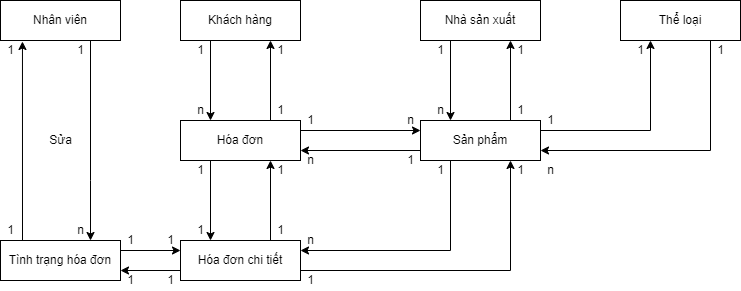
This is Untitled Diagram.drawio.png from lokissdo/H-N-shoes, a draw.io export, as it was before one commit. Source tidied: cells renumbered, new cells last; positions are measured from the earlier drawing's top-left corner, leaving out a move shared by most shapes. Its diagram source:
```xml
<mxGraphModel>
  <root>
    <mxCell id="0" />
    <mxCell id="1" parent="0" />
    <mxCell id="2" value="Nhân viên" style="rounded=0;whiteSpace=wrap;html=1;" parent="1" vertex="1">
      <mxGeometry width="120" height="40" as="geometry" />
    </mxCell>
    <mxCell id="3" value="Khách hàng" style="rounded=0;whiteSpace=wrap;html=1;" parent="1" vertex="1">
      <mxGeometry x="180" width="120" height="40" as="geometry" />
    </mxCell>
    <mxCell id="4" value="Nhà sản xuất" style="rounded=0;whiteSpace=wrap;html=1;" parent="1" vertex="1">
      <mxGeometry x="420" width="120" height="40" as="geometry" />
    </mxCell>
    <mxCell id="5" value="Sản phẩm" style="rounded=0;whiteSpace=wrap;html=1;" parent="1" vertex="1">
      <mxGeometry x="420" y="120" width="120" height="40" as="geometry" />
    </mxCell>
    <mxCell id="6" value="Hóa đơn" style="rounded=0;whiteSpace=wrap;html=1;" parent="1" vertex="1">
      <mxGeometry x="180" y="120" width="120" height="40" as="geometry" />
    </mxCell>
    <mxCell id="7" style="endArrow=classic;html=1;rounded=0;exitX=0.25;exitY=1;exitDx=0;exitDy=0;entryX=0.25;entryY=0;entryDx=0;entryDy=0;" parent="1" edge="1" source="4" target="5">
      <mxGeometry relative="1" as="geometry" />
    </mxCell>
    <mxCell id="8" style="endArrow=classic;html=1;rounded=0;entryX=0.75;entryY=1;entryDx=0;entryDy=0;exitX=0.75;exitY=0;exitDx=0;exitDy=0;" parent="1" edge="1" source="5" target="4">
      <mxGeometry relative="1" as="geometry" />
    </mxCell>
    <mxCell id="9" value="1" style="text;html=1;align=center;verticalAlign=middle;strokeColor=none;fillColor=none;" parent="1" vertex="1">
      <mxGeometry x="430" y="40" width="20" height="20" as="geometry" />
    </mxCell>
    <mxCell id="10" value="n" style="text;html=1;align=center;verticalAlign=middle;strokeColor=none;fillColor=none;" parent="1" vertex="1">
      <mxGeometry x="430" y="100" width="20" height="20" as="geometry" />
    </mxCell>
    <mxCell id="11" value="1" style="text;html=1;align=center;verticalAlign=middle;strokeColor=none;fillColor=none;" parent="1" vertex="1">
      <mxGeometry x="510" y="40" width="20" height="20" as="geometry" />
    </mxCell>
    <mxCell id="12" value="1" style="text;html=1;align=center;verticalAlign=middle;strokeColor=none;fillColor=none;" parent="1" vertex="1">
      <mxGeometry x="510" y="100" width="20" height="20" as="geometry" />
    </mxCell>
    <mxCell id="13" style="endArrow=classic;html=1;rounded=0;exitX=0.25;exitY=1;exitDx=0;exitDy=0;entryX=0.25;entryY=0;entryDx=0;entryDy=0;" parent="1" edge="1" source="3" target="6">
      <mxGeometry relative="1" as="geometry" />
    </mxCell>
    <mxCell id="14" style="endArrow=classic;html=1;rounded=0;entryX=0.75;entryY=1;entryDx=0;entryDy=0;exitX=0.75;exitY=0;exitDx=0;exitDy=0;" parent="1" edge="1" source="6" target="3">
      <mxGeometry relative="1" as="geometry" />
    </mxCell>
    <mxCell id="15" value="1" style="text;html=1;align=center;verticalAlign=middle;strokeColor=none;fillColor=none;" parent="1" vertex="1">
      <mxGeometry x="190" y="40" width="20" height="20" as="geometry" />
    </mxCell>
    <mxCell id="16" value="n" style="text;html=1;align=center;verticalAlign=middle;strokeColor=none;fillColor=none;" parent="1" vertex="1">
      <mxGeometry x="190" y="100" width="20" height="20" as="geometry" />
    </mxCell>
    <mxCell id="17" value="1" style="text;html=1;align=center;verticalAlign=middle;strokeColor=none;fillColor=none;" parent="1" vertex="1">
      <mxGeometry x="270" y="100" width="20" height="20" as="geometry" />
    </mxCell>
    <mxCell id="18" value="1" style="text;html=1;align=center;verticalAlign=middle;strokeColor=none;fillColor=none;" parent="1" vertex="1">
      <mxGeometry x="270" y="40" width="20" height="20" as="geometry" />
    </mxCell>
    <mxCell id="19" style="endArrow=classic;html=1;rounded=0;entryX=0;entryY=0.25;entryDx=0;entryDy=0;exitX=1;exitY=0.25;exitDx=0;exitDy=0;" parent="1" edge="1" source="6" target="5">
      <mxGeometry relative="1" as="geometry" />
    </mxCell>
    <mxCell id="20" style="endArrow=classic;html=1;rounded=0;entryX=1;entryY=0.75;entryDx=0;entryDy=0;exitX=0;exitY=0.75;exitDx=0;exitDy=0;" parent="1" edge="1" source="5" target="6">
      <mxGeometry relative="1" as="geometry" />
    </mxCell>
    <mxCell id="21" value="1" style="text;html=1;align=center;verticalAlign=middle;strokeColor=none;fillColor=none;" parent="1" vertex="1">
      <mxGeometry x="300" y="110" width="20" height="20" as="geometry" />
    </mxCell>
    <mxCell id="22" value="n" style="text;html=1;align=center;verticalAlign=middle;strokeColor=none;fillColor=none;" parent="1" vertex="1">
      <mxGeometry x="400" y="110" width="20" height="20" as="geometry" />
    </mxCell>
    <mxCell id="23" value="n" style="text;html=1;align=center;verticalAlign=middle;strokeColor=none;fillColor=none;" parent="1" vertex="1">
      <mxGeometry x="300" y="150" width="20" height="20" as="geometry" />
    </mxCell>
    <mxCell id="24" value="1" style="text;html=1;align=center;verticalAlign=middle;strokeColor=none;fillColor=none;" parent="1" vertex="1">
      <mxGeometry x="400" y="150" width="20" height="20" as="geometry" />
    </mxCell>
    <mxCell id="25" value="1" style="text;html=1;align=center;verticalAlign=middle;strokeColor=none;fillColor=none;" parent="1" vertex="1">
      <mxGeometry x="70" y="40" width="20" height="20" as="geometry" />
    </mxCell>
    <mxCell id="26" value="Sửa" style="text;html=1;align=center;verticalAlign=middle;strokeColor=none;fillColor=none;" parent="1" vertex="1">
      <mxGeometry x="40" y="130" width="40" height="20" as="geometry" />
    </mxCell>
    <mxCell id="27" value="Thể loại" style="rounded=0;whiteSpace=wrap;html=1;" parent="1" vertex="1">
      <mxGeometry x="620" width="120" height="40" as="geometry" />
    </mxCell>
    <mxCell id="28" value="Hóa đơn chi tiết" style="rounded=0;whiteSpace=wrap;html=1;" parent="1" vertex="1">
      <mxGeometry x="180" y="240" width="120" height="40" as="geometry" />
    </mxCell>
    <mxCell id="29" style="endArrow=classic;html=1;rounded=0;exitX=0.25;exitY=1;exitDx=0;exitDy=0;entryX=0.25;entryY=0;entryDx=0;entryDy=0;" parent="1" edge="1" source="6" target="28">
      <mxGeometry relative="1" as="geometry" />
    </mxCell>
    <mxCell id="30" style="endArrow=classic;html=1;rounded=0;entryX=0.75;entryY=1;entryDx=0;entryDy=0;exitX=0.75;exitY=0;exitDx=0;exitDy=0;" parent="1" edge="1" source="28" target="6">
      <mxGeometry relative="1" as="geometry" />
    </mxCell>
    <mxCell id="31" value="1" style="text;html=1;align=center;verticalAlign=middle;strokeColor=none;fillColor=none;" parent="1" vertex="1">
      <mxGeometry x="190" y="160" width="20" height="20" as="geometry" />
    </mxCell>
    <mxCell id="32" value="1" style="text;html=1;align=center;verticalAlign=middle;strokeColor=none;fillColor=none;" parent="1" vertex="1">
      <mxGeometry x="190" y="220" width="20" height="20" as="geometry" />
    </mxCell>
    <mxCell id="33" value="1" style="text;html=1;align=center;verticalAlign=middle;strokeColor=none;fillColor=none;" parent="1" vertex="1">
      <mxGeometry x="270" y="160" width="20" height="20" as="geometry" />
    </mxCell>
    <mxCell id="34" value="1" style="text;html=1;align=center;verticalAlign=middle;strokeColor=none;fillColor=none;" parent="1" vertex="1">
      <mxGeometry x="270" y="220" width="20" height="20" as="geometry" />
    </mxCell>
    <mxCell id="35" value="Tình trạng hóa đơn" style="rounded=0;whiteSpace=wrap;html=1;" parent="1" vertex="1">
      <mxGeometry y="240" width="120" height="40" as="geometry" />
    </mxCell>
    <mxCell id="36" style="endArrow=classic;html=1;rounded=0;entryX=0.75;entryY=0;entryDx=0;entryDy=0;exitX=0.75;exitY=1;exitDx=0;exitDy=0;" parent="1" edge="1" source="2" target="35">
      <mxGeometry relative="1" as="geometry">
        <Array as="points">
          <mxPoint x="90" y="180" />
        </Array>
      </mxGeometry>
    </mxCell>
    <mxCell id="37" style="endArrow=classic;html=1;rounded=0;entryX=0.183;entryY=1.025;entryDx=0;entryDy=0;entryPerimeter=0;" parent="1" edge="1" target="2">
      <mxGeometry relative="1" as="geometry">
        <mxPoint x="22" y="240" as="sourcePoint" />
      </mxGeometry>
    </mxCell>
    <mxCell id="38" value="1" style="text;html=1;align=center;verticalAlign=middle;strokeColor=none;fillColor=none;" parent="1" vertex="1">
      <mxGeometry y="40" width="20" height="20" as="geometry" />
    </mxCell>
    <mxCell id="39" value="1" style="text;html=1;align=center;verticalAlign=middle;strokeColor=none;fillColor=none;" parent="1" vertex="1">
      <mxGeometry y="220" width="20" height="20" as="geometry" />
    </mxCell>
    <mxCell id="40" value="n" style="text;html=1;align=center;verticalAlign=middle;strokeColor=none;fillColor=none;" parent="1" vertex="1">
      <mxGeometry x="70" y="220" width="20" height="20" as="geometry" />
    </mxCell>
    <mxCell id="41" style="endArrow=classic;html=1;rounded=0;exitX=0.75;exitY=1;exitDx=0;exitDy=0;entryX=1;entryY=0.75;entryDx=0;entryDy=0;" parent="1" edge="1" source="27" target="5">
      <mxGeometry relative="1" as="geometry">
        <Array as="points">
          <mxPoint x="710" y="150" />
        </Array>
      </mxGeometry>
    </mxCell>
    <mxCell id="42" style="endArrow=classic;html=1;rounded=0;entryX=0.25;entryY=1;entryDx=0;entryDy=0;exitX=1;exitY=0.25;exitDx=0;exitDy=0;" parent="1" edge="1" source="5" target="27">
      <mxGeometry relative="1" as="geometry">
        <Array as="points">
          <mxPoint x="650" y="130" />
        </Array>
      </mxGeometry>
    </mxCell>
    <mxCell id="43" style="endArrow=classic;html=1;rounded=0;exitX=1;exitY=0.25;exitDx=0;exitDy=0;entryX=0;entryY=0.25;entryDx=0;entryDy=0;" parent="1" edge="1" source="35" target="28">
      <mxGeometry relative="1" as="geometry" />
    </mxCell>
    <mxCell id="44" style="endArrow=classic;html=1;rounded=0;entryX=1;entryY=0.75;entryDx=0;entryDy=0;exitX=0;exitY=0.75;exitDx=0;exitDy=0;" parent="1" edge="1" source="28" target="35">
      <mxGeometry relative="1" as="geometry" />
    </mxCell>
    <mxCell id="45" value="1" style="text;html=1;align=center;verticalAlign=middle;strokeColor=none;fillColor=none;" parent="1" vertex="1">
      <mxGeometry x="120" y="230" width="20" height="20" as="geometry" />
    </mxCell>
    <mxCell id="46" value="1" style="text;html=1;align=center;verticalAlign=middle;strokeColor=none;fillColor=none;" parent="1" vertex="1">
      <mxGeometry x="160" y="230" width="20" height="20" as="geometry" />
    </mxCell>
    <mxCell id="47" value="1" style="text;html=1;align=center;verticalAlign=middle;strokeColor=none;fillColor=none;" parent="1" vertex="1">
      <mxGeometry x="120" y="270" width="20" height="20" as="geometry" />
    </mxCell>
    <mxCell id="48" value="1" style="text;html=1;align=center;verticalAlign=middle;strokeColor=none;fillColor=none;" parent="1" vertex="1">
      <mxGeometry x="160" y="270" width="20" height="20" as="geometry" />
    </mxCell>
    <mxCell id="49" value="1" style="text;html=1;align=center;verticalAlign=middle;strokeColor=none;fillColor=none;" parent="1" vertex="1">
      <mxGeometry x="540" y="110" width="20" height="20" as="geometry" />
    </mxCell>
    <mxCell id="50" value="1" style="text;html=1;align=center;verticalAlign=middle;strokeColor=none;fillColor=none;" parent="1" vertex="1">
      <mxGeometry x="630" y="40" width="20" height="20" as="geometry" />
    </mxCell>
    <mxCell id="51" value="1" style="text;html=1;align=center;verticalAlign=middle;strokeColor=none;fillColor=none;" parent="1" vertex="1">
      <mxGeometry x="710" y="40" width="20" height="20" as="geometry" />
    </mxCell>
    <mxCell id="52" value="n" style="text;html=1;align=center;verticalAlign=middle;strokeColor=none;fillColor=none;" parent="1" vertex="1">
      <mxGeometry x="540" y="160" width="20" height="20" as="geometry" />
    </mxCell>
    <mxCell id="53" style="endArrow=classic;html=1;rounded=0;entryX=1;entryY=0.25;entryDx=0;entryDy=0;exitX=0.25;exitY=1;exitDx=0;exitDy=0;" parent="1" edge="1" source="5" target="28">
      <mxGeometry relative="1" as="geometry">
        <Array as="points">
          <mxPoint x="450" y="250" />
        </Array>
      </mxGeometry>
    </mxCell>
    <mxCell id="54" value="n" style="text;html=1;align=center;verticalAlign=middle;strokeColor=none;fillColor=none;" parent="1" vertex="1">
      <mxGeometry x="300" y="230" width="20" height="20" as="geometry" />
    </mxCell>
    <mxCell id="55" value="1" style="text;html=1;align=center;verticalAlign=middle;strokeColor=none;fillColor=none;" parent="1" vertex="1">
      <mxGeometry x="430" y="160" width="20" height="20" as="geometry" />
    </mxCell>
    <mxCell id="56" value="1" style="text;html=1;align=center;verticalAlign=middle;strokeColor=none;fillColor=none;" parent="1" vertex="1">
      <mxGeometry x="510" y="160" width="20" height="20" as="geometry" />
    </mxCell>
    <mxCell id="57" style="endArrow=classic;html=1;rounded=0;exitX=1;exitY=0.75;exitDx=0;exitDy=0;entryX=0.75;entryY=1;entryDx=0;entryDy=0;" parent="1" edge="1" source="28" target="5">
      <mxGeometry relative="1" as="geometry">
        <Array as="points">
          <mxPoint x="510" y="270" />
        </Array>
      </mxGeometry>
    </mxCell>
    <mxCell id="58" value="1" style="text;html=1;align=center;verticalAlign=middle;strokeColor=none;fillColor=none;" parent="1" vertex="1">
      <mxGeometry x="300" y="270" width="20" height="20" as="geometry" />
    </mxCell>
  </root>
</mxGraphModel>
```
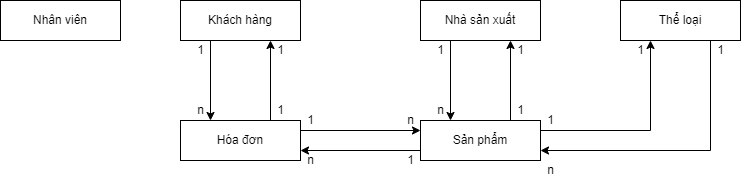
After the change.

The edit, as a diff of the source:
```diff
@@ -71,60 +71,9 @@
     <mxCell id="24" value="1" style="text;html=1;align=center;verticalAlign=middle;strokeColor=none;fillColor=none;" parent="1" vertex="1">
       <mxGeometry x="400" y="150" width="20" height="20" as="geometry" />
     </mxCell>
-    <mxCell id="25" value="1" style="text;html=1;align=center;verticalAlign=middle;strokeColor=none;fillColor=none;" parent="1" vertex="1">
-      <mxGeometry x="70" y="40" width="20" height="20" as="geometry" />
-    </mxCell>
-    <mxCell id="26" value="Sửa" style="text;html=1;align=center;verticalAlign=middle;strokeColor=none;fillColor=none;" parent="1" vertex="1">
-      <mxGeometry x="40" y="130" width="40" height="20" as="geometry" />
-    </mxCell>
     <mxCell id="27" value="Thể loại" style="rounded=0;whiteSpace=wrap;html=1;" parent="1" vertex="1">
       <mxGeometry x="620" width="120" height="40" as="geometry" />
     </mxCell>
-    <mxCell id="28" value="Hóa đơn chi tiết" style="rounded=0;whiteSpace=wrap;html=1;" parent="1" vertex="1">
-      <mxGeometry x="180" y="240" width="120" height="40" as="geometry" />
-    </mxCell>
-    <mxCell id="29" style="endArrow=classic;html=1;rounded=0;exitX=0.25;exitY=1;exitDx=0;exitDy=0;entryX=0.25;entryY=0;entryDx=0;entryDy=0;" parent="1" edge="1" source="6" target="28">
-      <mxGeometry relative="1" as="geometry" />
-    </mxCell>
-    <mxCell id="30" style="endArrow=classic;html=1;rounded=0;entryX=0.75;entryY=1;entryDx=0;entryDy=0;exitX=0.75;exitY=0;exitDx=0;exitDy=0;" parent="1" edge="1" source="28" target="6">
-      <mxGeometry relative="1" as="geometry" />
-    </mxCell>
-    <mxCell id="31" value="1" style="text;html=1;align=center;verticalAlign=middle;strokeColor=none;fillColor=none;" parent="1" vertex="1">
-      <mxGeometry x="190" y="160" width="20" height="20" as="geometry" />
-    </mxCell>
-    <mxCell id="32" value="1" style="text;html=1;align=center;verticalAlign=middle;strokeColor=none;fillColor=none;" parent="1" vertex="1">
-      <mxGeometry x="190" y="220" width="20" height="20" as="geometry" />
-    </mxCell>
-    <mxCell id="33" value="1" style="text;html=1;align=center;verticalAlign=middle;strokeColor=none;fillColor=none;" parent="1" vertex="1">
-      <mxGeometry x="270" y="160" width="20" height="20" as="geometry" />
-    </mxCell>
-    <mxCell id="34" value="1" style="text;html=1;align=center;verticalAlign=middle;strokeColor=none;fillColor=none;" parent="1" vertex="1">
-      <mxGeometry x="270" y="220" width="20" height="20" as="geometry" />
-    </mxCell>
-    <mxCell id="35" value="Tình trạng hóa đơn" style="rounded=0;whiteSpace=wrap;html=1;" parent="1" vertex="1">
-      <mxGeometry y="240" width="120" height="40" as="geometry" />
-    </mxCell>
-    <mxCell id="36" style="endArrow=classic;html=1;rounded=0;entryX=0.75;entryY=0;entryDx=0;entryDy=0;exitX=0.75;exitY=1;exitDx=0;exitDy=0;" parent="1" edge="1" source="2" target="35">
-      <mxGeometry relative="1" as="geometry">
-        <Array as="points">
-          <mxPoint x="90" y="180" />
-        </Array>
-      </mxGeometry>
-    </mxCell>
-    <mxCell id="37" style="endArrow=classic;html=1;rounded=0;entryX=0.183;entryY=1.025;entryDx=0;entryDy=0;entryPerimeter=0;" parent="1" edge="1" target="2">
-      <mxGeometry relative="1" as="geometry">
-        <mxPoint x="22" y="240" as="sourcePoint" />
-      </mxGeometry>
-    </mxCell>
-    <mxCell id="38" value="1" style="text;html=1;align=center;verticalAlign=middle;strokeColor=none;fillColor=none;" parent="1" vertex="1">
-      <mxGeometry y="40" width="20" height="20" as="geometry" />
-    </mxCell>
-    <mxCell id="39" value="1" style="text;html=1;align=center;verticalAlign=middle;strokeColor=none;fillColor=none;" parent="1" vertex="1">
-      <mxGeometry y="220" width="20" height="20" as="geometry" />
-    </mxCell>
-    <mxCell id="40" value="n" style="text;html=1;align=center;verticalAlign=middle;strokeColor=none;fillColor=none;" parent="1" vertex="1">
-      <mxGeometry x="70" y="220" width="20" height="20" as="geometry" />
-    </mxCell>
     <mxCell id="41" style="endArrow=classic;html=1;rounded=0;exitX=0.75;exitY=1;exitDx=0;exitDy=0;entryX=1;entryY=0.75;entryDx=0;entryDy=0;" parent="1" edge="1" source="27" target="5">
       <mxGeometry relative="1" as="geometry">
         <Array as="points">
@@ -139,24 +88,6 @@
         </Array>
       </mxGeometry>
     </mxCell>
-    <mxCell id="43" style="endArrow=classic;html=1;rounded=0;exitX=1;exitY=0.25;exitDx=0;exitDy=0;entryX=0;entryY=0.25;entryDx=0;entryDy=0;" parent="1" edge="1" source="35" target="28">
-      <mxGeometry relative="1" as="geometry" />
-    </mxCell>
-    <mxCell id="44" style="endArrow=classic;html=1;rounded=0;entryX=1;entryY=0.75;entryDx=0;entryDy=0;exitX=0;exitY=0.75;exitDx=0;exitDy=0;" parent="1" edge="1" source="28" target="35">
-      <mxGeometry relative="1" as="geometry" />
-    </mxCell>
-    <mxCell id="45" value="1" style="text;html=1;align=center;verticalAlign=middle;strokeColor=none;fillColor=none;" parent="1" vertex="1">
-      <mxGeometry x="120" y="230" width="20" height="20" as="geometry" />
-    </mxCell>
-    <mxCell id="46" value="1" style="text;html=1;align=center;verticalAlign=middle;strokeColor=none;fillColor=none;" parent="1" vertex="1">
-      <mxGeometry x="160" y="230" width="20" height="20" as="geometry" />
-    </mxCell>
-    <mxCell id="47" value="1" style="text;html=1;align=center;verticalAlign=middle;strokeColor=none;fillColor=none;" parent="1" vertex="1">
-      <mxGeometry x="120" y="270" width="20" height="20" as="geometry" />
-    </mxCell>
-    <mxCell id="48" value="1" style="text;html=1;align=center;verticalAlign=middle;strokeColor=none;fillColor=none;" parent="1" vertex="1">
-      <mxGeometry x="160" y="270" width="20" height="20" as="geometry" />
-    </mxCell>
     <mxCell id="49" value="1" style="text;html=1;align=center;verticalAlign=middle;strokeColor=none;fillColor=none;" parent="1" vertex="1">
       <mxGeometry x="540" y="110" width="20" height="20" as="geometry" />
     </mxCell>
@@ -169,31 +100,5 @@
     <mxCell id="52" value="n" style="text;html=1;align=center;verticalAlign=middle;strokeColor=none;fillColor=none;" parent="1" vertex="1">
       <mxGeometry x="540" y="160" width="20" height="20" as="geometry" />
     </mxCell>
-    <mxCell id="53" style="endArrow=classic;html=1;rounded=0;entryX=1;entryY=0.25;entryDx=0;entryDy=0;exitX=0.25;exitY=1;exitDx=0;exitDy=0;" parent="1" edge="1" source="5" target="28">
-      <mxGeometry relative="1" as="geometry">
-        <Array as="points">
-          <mxPoint x="450" y="250" />
-        </Array>
-      </mxGeometry>
-    </mxCell>
-    <mxCell id="54" value="n" style="text;html=1;align=center;verticalAlign=middle;strokeColor=none;fillColor=none;" parent="1" vertex="1">
-      <mxGeometry x="300" y="230" width="20" height="20" as="geometry" />
-    </mxCell>
-    <mxCell id="55" value="1" style="text;html=1;align=center;verticalAlign=middle;strokeColor=none;fillColor=none;" parent="1" vertex="1">
-      <mxGeometry x="430" y="160" width="20" height="20" as="geometry" />
-    </mxCell>
-    <mxCell id="56" value="1" style="text;html=1;align=center;verticalAlign=middle;strokeColor=none;fillColor=none;" parent="1" vertex="1">
-      <mxGeometry x="510" y="160" width="20" height="20" as="geometry" />
-    </mxCell>
-    <mxCell id="57" style="endArrow=classic;html=1;rounded=0;exitX=1;exitY=0.75;exitDx=0;exitDy=0;entryX=0.75;entryY=1;entryDx=0;entryDy=0;" parent="1" edge="1" source="28" target="5">
-      <mxGeometry relative="1" as="geometry">
-        <Array as="points">
-          <mxPoint x="510" y="270" />
-        </Array>
-      </mxGeometry>
-    </mxCell>
-    <mxCell id="58" value="1" style="text;html=1;align=center;verticalAlign=middle;strokeColor=none;fillColor=none;" parent="1" vertex="1">
-      <mxGeometry x="300" y="270" width="20" height="20" as="geometry" />
-    </mxCell>
   </root>
 </mxGraphModel>
```
